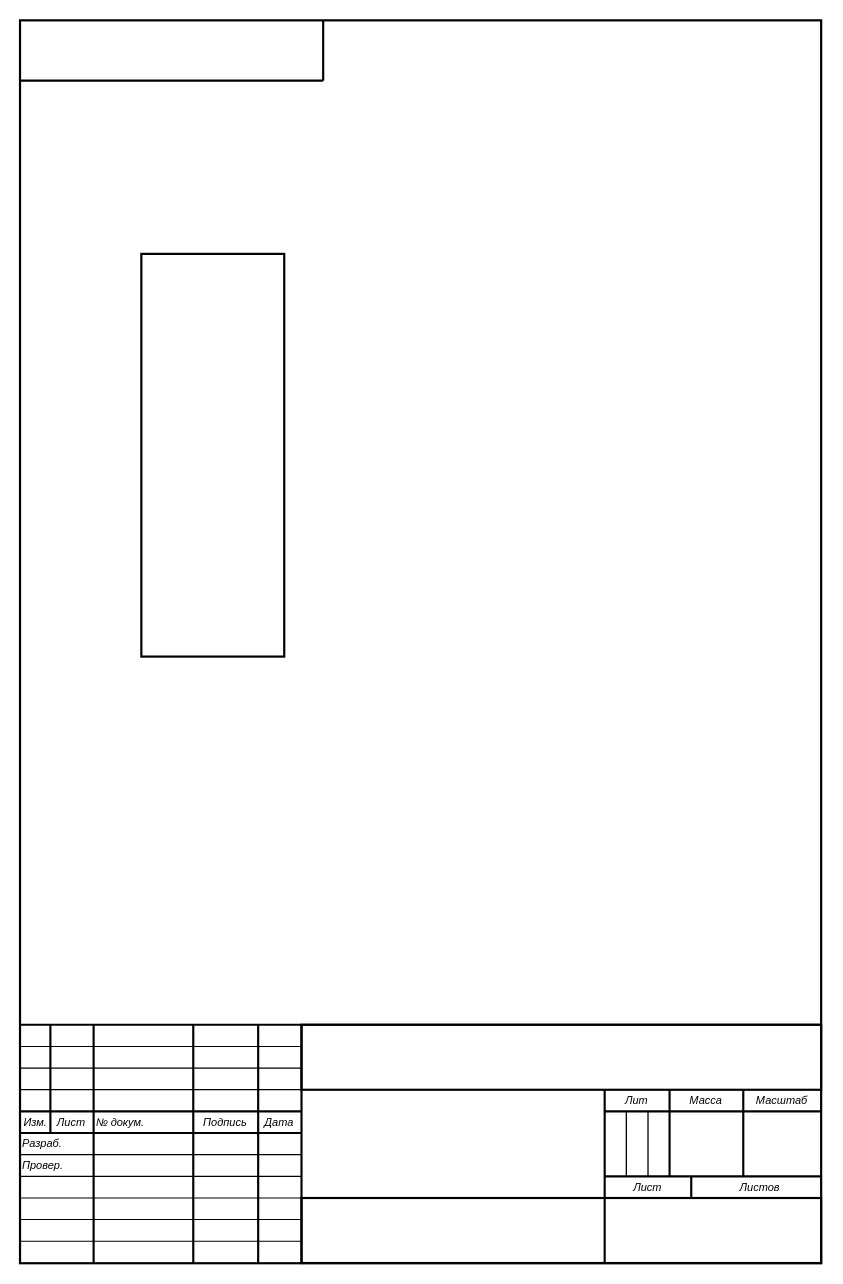
This is Fig1.drawio from flea3/draw, a draw.io file, before an edit. Source tidied: cells renumbered, new cells numbered last; positions are measured from the earlier drawing's top-left corner, leaving out a move shared by most shapes. Both pictures are drawn from the tidied source at 110%, with x=0, y=0 at pixel (20, 20).
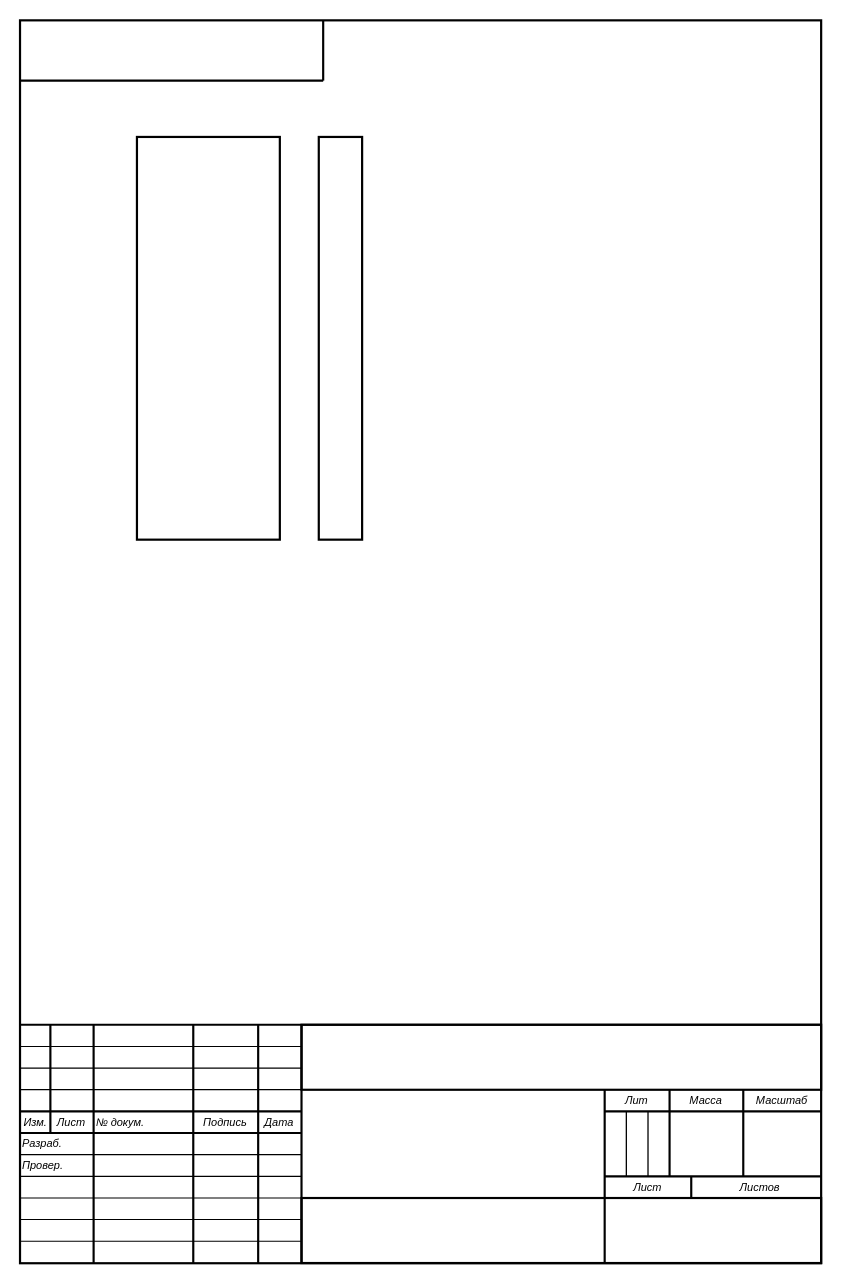
After the change.

Unchanged cells that the change refers to:
```xml
<mxCell id="2" style="group;" parent="1" vertex="1">
  <mxGeometry x="-0.3" y="-0.3" width="728.3" height="1130.2" as="geometry" />
</mxCell>
```

Change to the diagram source:
```diff
@@
-    <mxCell id="44" style="rounded=0;whiteSpace=wrap;html=1;strokeWidth=2;" parent="1" vertex="1">
-      <mxGeometry x="110" y="212.3" width="129.9" height="366.1" as="geometry" />
+    <mxCell id="44" style="rounded=0;whiteSpace=wrap;html=1;strokeWidth=2;fillColor=none;" parent="2" vertex="1">
+      <mxGeometry x="106.3" y="106.3" width="129.9" height="366.1" as="geometry" />
     </mxCell>
+    <mxCell id="45" style="rounded=0;whiteSpace=wrap;html=1;strokeWidth=2;fillColor=none;" parent="2" vertex="1">
+      <mxGeometry x="271.6" y="106.3" width="39.4" height="366.1" as="geometry" />
+    </mxCell>
```
